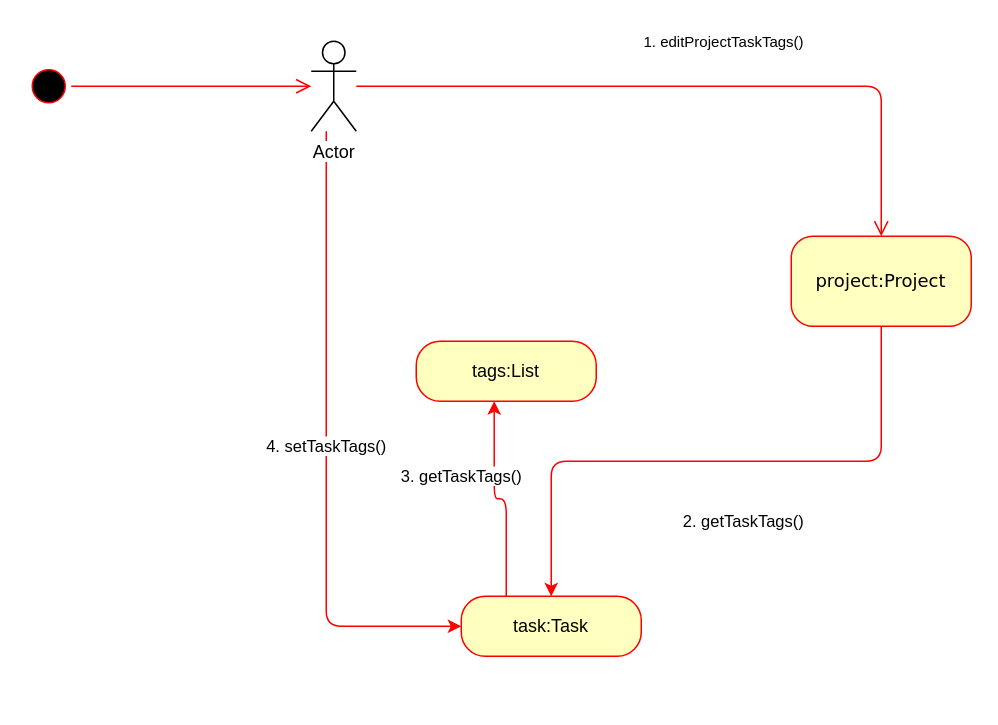
Above: Behavioral Modeling/com diagram - task - edit task title desc times.drawio in amirabbas8/ScrumOfficer (draw.io), before the change. Source tidied: cells renumbered, new cells numbered last; positions are measured from the earlier drawing's top-left corner, leaving out a move shared by most shapes. Both pictures are drawn from the tidied source at 150%, with x=0, y=0 at pixel (26, 26).
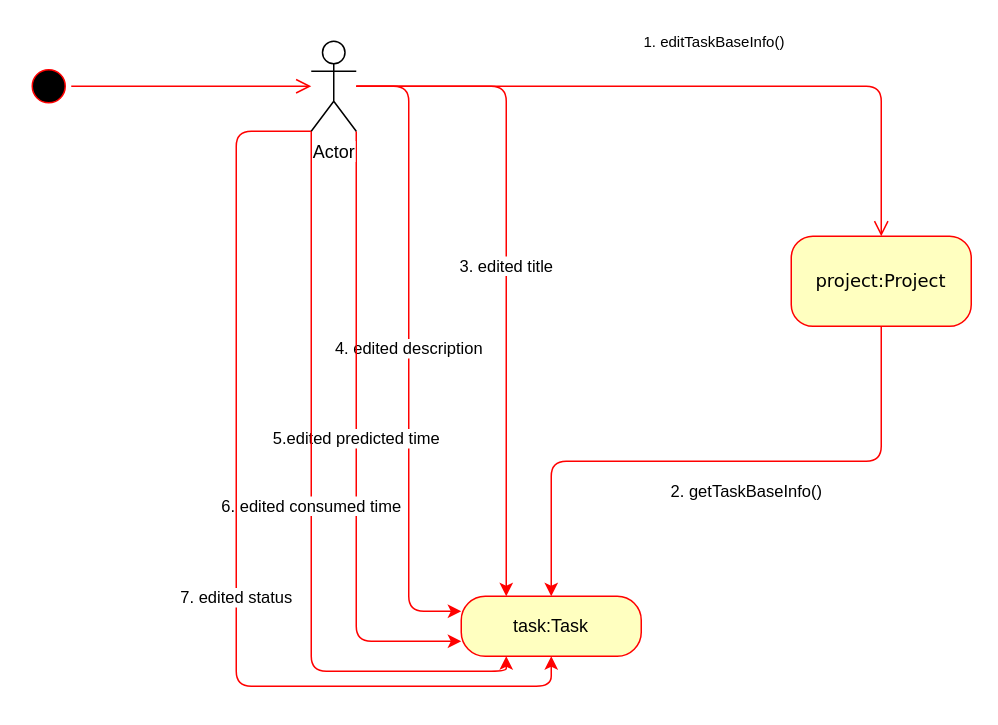
The same page after the edit.

Commit message:
edit task base info com dgrm #25

The change refers to these unchanged cells:
```xml
<mxCell id="4" value="project:Project" style="rounded=1;whiteSpace=wrap;html=1;arcSize=24;fillColor=#ffffc0;strokeColor=#ff0000;shadow=0;comic=0;labelBackgroundColor=none;fontFamily=Verdana;fontSize=12;fontColor=#000000;align=center;" parent="1" vertex="1">
  <mxGeometry x="510" y="140" width="120" height="60" as="geometry" />
</mxCell>
<mxCell id="8" value="Actor" style="shape=umlActor;verticalLabelPosition=bottom;labelBackgroundColor=#ffffff;verticalAlign=top;html=1;outlineConnect=0;" parent="1" vertex="1">
  <mxGeometry x="190" y="10" width="30" height="60" as="geometry" />
</mxCell>
<mxCell id="11" value="task:Task" style="rounded=1;whiteSpace=wrap;html=1;arcSize=40;fontColor=#000000;fillColor=#ffffc0;strokeColor=#ff0000;" parent="1" vertex="1">
  <mxGeometry x="290" y="380" width="120" height="40" as="geometry" />
</mxCell>
```

What changed in the source:
```diff
@@
-    <mxCell id="3" value="2. getTaskTags()" style="edgeStyle=orthogonalEdgeStyle;rounded=1;jettySize=auto;html=1;exitX=0.5;exitY=1;exitDx=0;exitDy=0;strokeColor=#FF0000;" parent="1" edge="1" source="4" target="11">
-      <mxGeometry x="-0.09" y="40" relative="1" as="geometry" />
+    <mxCell id="3" value="2. getTaskBaseInfo()" style="edgeStyle=orthogonalEdgeStyle;rounded=1;jettySize=auto;html=1;exitX=0.5;exitY=1;exitDx=0;exitDy=0;strokeColor=#FF0000;" parent="1" edge="1" source="4" target="11">
+      <mxGeometry x="-0.1" y="20" relative="1" as="geometry" />
     </mxCell>
@@
-    <mxCell id="7" value="4. setTaskTags()" style="edgeStyle=orthogonalEdgeStyle;rounded=1;jettySize=auto;html=1;entryX=0;entryY=0.5;entryDx=0;entryDy=0;strokeColor=#FF0000;" parent="1" edge="1" source="8" target="11">
-      <mxGeometry relative="1" as="geometry">
-        <Array as="points">
-          <mxPoint x="200" y="400" />
-        </Array>
-      </mxGeometry>
-    </mxCell>
+    <mxCell id="13" value="3. edited title" style="edgeStyle=orthogonalEdgeStyle;rounded=1;jettySize=auto;html=1;entryX=0.25;entryY=0;entryDx=0;entryDy=0;strokeColor=#FF0000;" parent="1" edge="1" source="8" target="11">
+      <mxGeometry relative="1" as="geometry" />
+    </mxCell>
+    <mxCell id="14" value="4. edited description" style="edgeStyle=orthogonalEdgeStyle;rounded=1;jettySize=auto;html=1;entryX=0;entryY=0.25;entryDx=0;entryDy=0;strokeColor=#FF0000;" parent="1" edge="1" source="8" target="11">
+      <mxGeometry relative="1" as="geometry" />
+    </mxCell>
+    <mxCell id="15" value="5.edited predicted time" style="edgeStyle=orthogonalEdgeStyle;rounded=1;jettySize=auto;html=1;entryX=0;entryY=0.75;entryDx=0;entryDy=0;strokeColor=#FF0000;" parent="1" edge="1" source="8" target="11">
+      <mxGeometry relative="1" as="geometry">
+        <Array as="points">
+          <mxPoint x="220" y="410" />
+        </Array>
+      </mxGeometry>
+    </mxCell>
+    <mxCell id="16" value="6. edited consumed time" style="edgeStyle=orthogonalEdgeStyle;rounded=1;jettySize=auto;html=1;strokeColor=#FF0000;entryX=0.25;entryY=1;entryDx=0;entryDy=0;" parent="1" edge="1" source="8" target="11">
+      <mxGeometry relative="1" as="geometry">
+        <Array as="points">
+          <mxPoint x="190" y="430" />
+          <mxPoint x="320" y="430" />
+        </Array>
+      </mxGeometry>
+    </mxCell>
+    <mxCell id="17" value="7. edited status" style="edgeStyle=orthogonalEdgeStyle;rounded=1;jettySize=auto;html=1;exitX=0;exitY=1;exitDx=0;exitDy=0;exitPerimeter=0;entryX=0.5;entryY=1;entryDx=0;entryDy=0;strokeColor=#FF0000;" parent="1" edge="1" source="8" target="11">
+      <mxGeometry x="0.11" relative="1" as="geometry">
+        <Array as="points">
+          <mxPoint x="140" y="70" />
+          <mxPoint x="140" y="440" />
+          <mxPoint x="350" y="440" />
+        </Array>
+      </mxGeometry>
+    </mxCell>
@@
-    <mxCell id="9" value="&lt;font style=&quot;font-size: 10px&quot;&gt;1. editProjectTaskTags()&lt;/font&gt;" style="text;html=1;align=left;verticalAlign=top;spacingTop=-4;" parent="1" vertex="1">
-      <mxGeometry x="410" width="120" height="20" as="geometry" />
+    <mxCell id="9" value="&lt;font style=&quot;font-size: 10px&quot;&gt;1. editTaskBaseInfo()&lt;/font&gt;" style="text;html=1;align=left;verticalAlign=top;spacingTop=-4;" parent="1" vertex="1">
+      <mxGeometry x="410" width="110" height="20" as="geometry" />
     </mxCell>
-    <mxCell id="10" value="3. getTaskTags()" style="edgeStyle=orthogonalEdgeStyle;rounded=1;jettySize=auto;html=1;exitX=0.25;exitY=0;exitDx=0;exitDy=0;entryX=0.433;entryY=1;entryDx=0;entryDy=0;entryPerimeter=0;strokeColor=#FF0000;" parent="1" edge="1" source="11" target="12">
-      <mxGeometry x="0.28" y="22" relative="1" as="geometry" />
-    </mxCell>
@@
-    <mxCell id="12" value="tags:List" style="rounded=1;whiteSpace=wrap;html=1;arcSize=40;fontColor=#000000;fillColor=#ffffc0;strokeColor=#ff0000;" parent="1" vertex="1">
-      <mxGeometry x="260" y="210" width="120" height="40" as="geometry" />
-    </mxCell>
```
